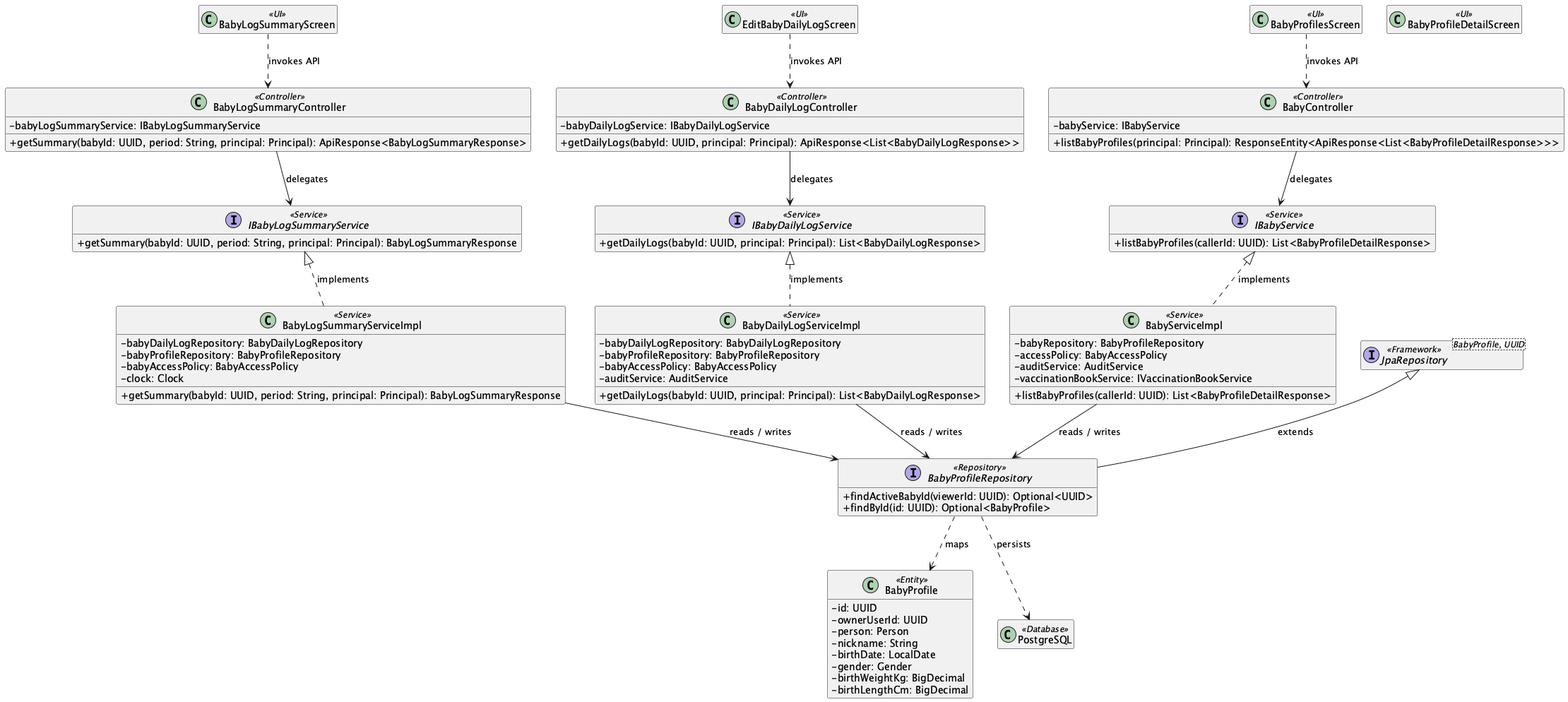
Before: 03_Design/Detailed_Design/MF03_Baby_Care_Journey_Growth_Vaccination/images/01_Baby_Profile_Daily_Care_and_Summary_ClassDiagram.png, a diagram exported from PlantUML (ChuongBDHE172784/CareBridge_SEP490_G79). The source it was exported from:
```plantuml
@startuml
skinparam classAttributeIconSize 0
hide empty members

class "BabyLogSummaryScreen" as UIBabyLogSummaryScreen <<UI>>
class "BabyProfileDetailScreen" as UIBabyProfileDetailScreen <<UI>>
class "BabyProfilesScreen" as UIBabyProfilesScreen <<UI>>
class "EditBabyDailyLogScreen" as UIEditBabyDailyLogScreen <<UI>>
class "BabyController" as ControllerBabyController <<Controller>> {
  - babyService: IBabyService
  + listBabyProfiles(principal: Principal): ResponseEntity<ApiResponse<List<BabyProfileDetailResponse>>>
}
class "BabyDailyLogController" as ControllerBabyDailyLogController <<Controller>> {
  - babyDailyLogService: IBabyDailyLogService
  + getDailyLogs(babyId: UUID, principal: Principal): ApiResponse<List<BabyDailyLogResponse>>
}
class "BabyLogSummaryController" as ControllerBabyLogSummaryController <<Controller>> {
  - babyLogSummaryService: IBabyLogSummaryService
  + getSummary(babyId: UUID, period: String, principal: Principal): ApiResponse<BabyLogSummaryResponse>
}
interface "IBabyDailyLogService" as ServiceContractIBabyDailyLogService <<Service>> {
  + getDailyLogs(babyId: UUID, principal: Principal): List<BabyDailyLogResponse>
}
class "BabyDailyLogServiceImpl" as ServiceBabyDailyLogServiceImpl <<Service>> {
  - babyDailyLogRepository: BabyDailyLogRepository
  - babyProfileRepository: BabyProfileRepository
  - babyAccessPolicy: BabyAccessPolicy
  - auditService: AuditService
  + getDailyLogs(babyId: UUID, principal: Principal): List<BabyDailyLogResponse>
}
ServiceContractIBabyDailyLogService <|.. ServiceBabyDailyLogServiceImpl : implements
interface "IBabyLogSummaryService" as ServiceContractIBabyLogSummaryService <<Service>> {
  + getSummary(babyId: UUID, period: String, principal: Principal): BabyLogSummaryResponse
}
class "BabyLogSummaryServiceImpl" as ServiceBabyLogSummaryServiceImpl <<Service>> {
  - babyDailyLogRepository: BabyDailyLogRepository
  - babyProfileRepository: BabyProfileRepository
  - babyAccessPolicy: BabyAccessPolicy
  - clock: Clock
  + getSummary(babyId: UUID, period: String, principal: Principal): BabyLogSummaryResponse
}
ServiceContractIBabyLogSummaryService <|.. ServiceBabyLogSummaryServiceImpl : implements
interface "IBabyService" as ServiceContractIBabyService <<Service>> {
  + listBabyProfiles(callerId: UUID): List<BabyProfileDetailResponse>
}
class "BabyServiceImpl" as ServiceBabyServiceImpl <<Service>> {
  - babyRepository: BabyProfileRepository
  - accessPolicy: BabyAccessPolicy
  - auditService: AuditService
  - vaccinationBookService: IVaccinationBookService
  + listBabyProfiles(callerId: UUID): List<BabyProfileDetailResponse>
}
ServiceContractIBabyService <|.. ServiceBabyServiceImpl : implements
interface "BabyProfileRepository" as RepositoryBabyProfileRepository <<Repository>> {
  + findActiveBabyId(viewerId: UUID): Optional<UUID>
  + findById(id: UUID): Optional<BabyProfile>
}
class "BabyProfile" as EntityBabyProfile <<Entity>> {
  - id: UUID
  - ownerUserId: UUID
  - person: Person
  - nickname: String
  - birthDate: LocalDate
  - gender: Gender
  - birthWeightKg: BigDecimal
  - birthLengthCm: BigDecimal
}
interface "JpaRepository<BabyProfile, UUID>" as RepositoryBaseBabyProfileRepository <<Framework>>
RepositoryBaseBabyProfileRepository <|-- RepositoryBabyProfileRepository : extends
class "PostgreSQL" as DB <<Database>>
UIBabyLogSummaryScreen ..> ControllerBabyLogSummaryController : invokes API
UIBabyProfilesScreen ..> ControllerBabyController : invokes API
UIEditBabyDailyLogScreen ..> ControllerBabyDailyLogController : invokes API
ControllerBabyController --> ServiceContractIBabyService : delegates
ControllerBabyDailyLogController --> ServiceContractIBabyDailyLogService : delegates
ControllerBabyLogSummaryController --> ServiceContractIBabyLogSummaryService : delegates
ServiceBabyDailyLogServiceImpl --> RepositoryBabyProfileRepository : reads / writes
ServiceBabyLogSummaryServiceImpl --> RepositoryBabyProfileRepository : reads / writes
ServiceBabyServiceImpl --> RepositoryBabyProfileRepository : reads / writes
RepositoryBabyProfileRepository ..> EntityBabyProfile : maps
RepositoryBabyProfileRepository ..> DB : persists
@enduml
```
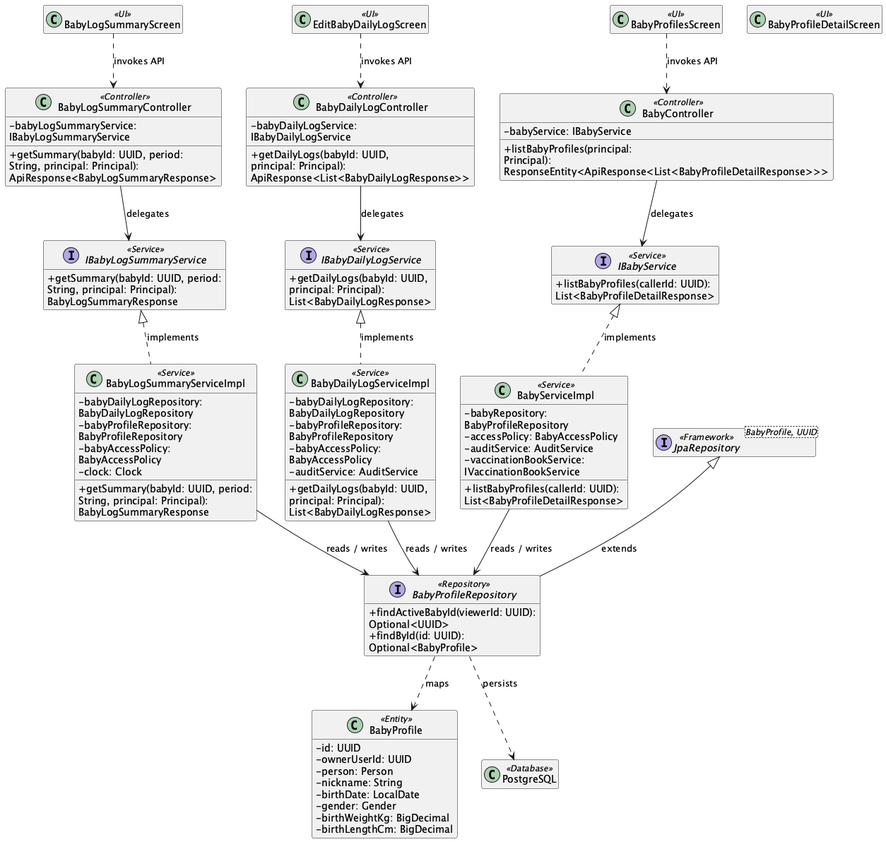
After the commit.

Change to the diagram source:
```diff
@@ -1,5 +1,6 @@
-@startuml
+@startuml ClassDiagram_01BabyProfileDailyCareandSummary
 skinparam classAttributeIconSize 0
+skinparam wrapWidth 250
 hide empty members
 
 class "BabyLogSummaryScreen" as UIBabyLogSummaryScreen <<UI>>
```
